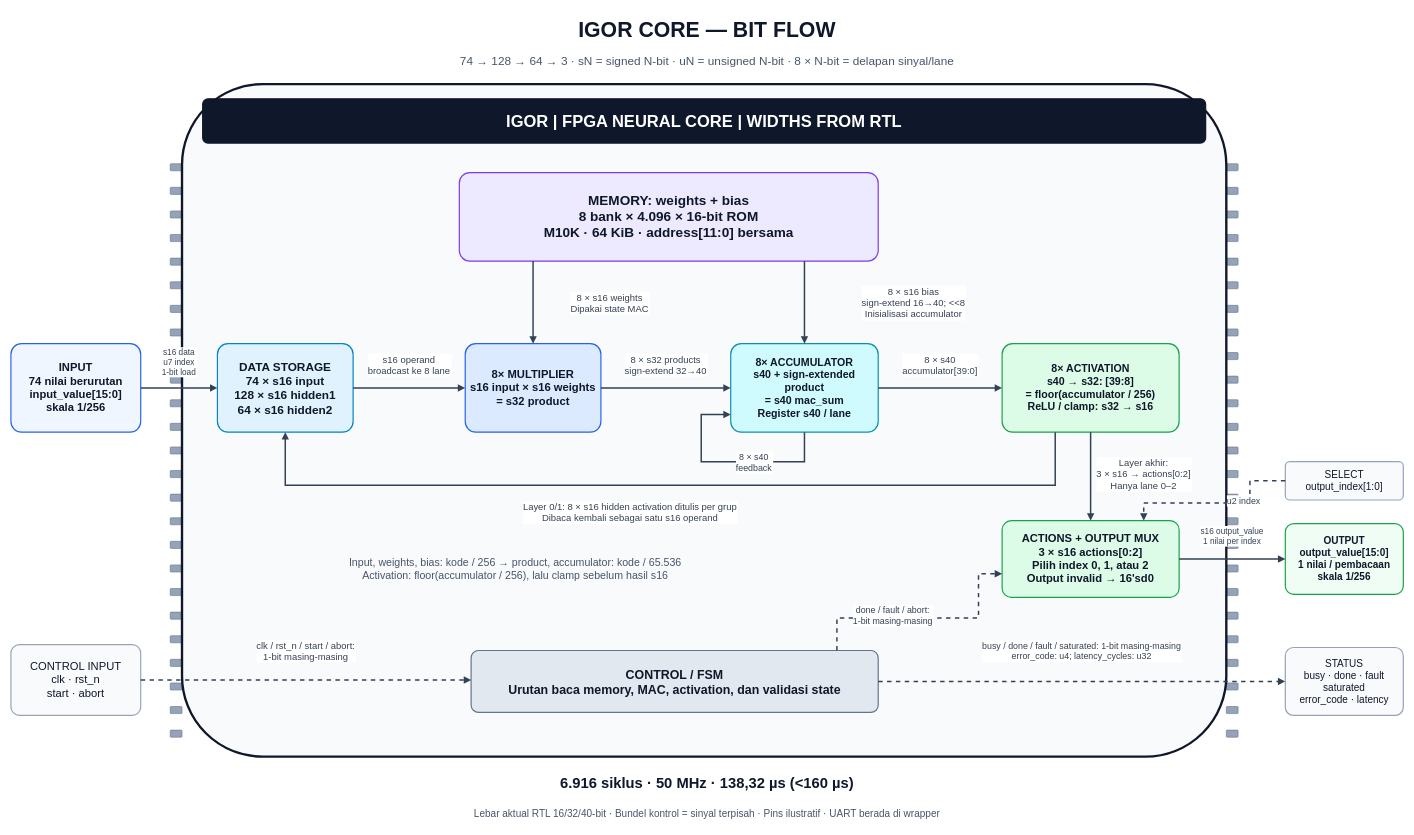
Earlier version of the draw.io diagram fpga/docs/assets/igor_core_simple.drawio (karolyangqian/igor_ws). Source tidied: cells renumbered, new cells numbered last; positions are measured from the earlier drawing's top-left corner, leaving out a move shared by most shapes. Both pictures are drawn from the tidied source at 59%, with x=0, y=0 at pixel (11, 10).
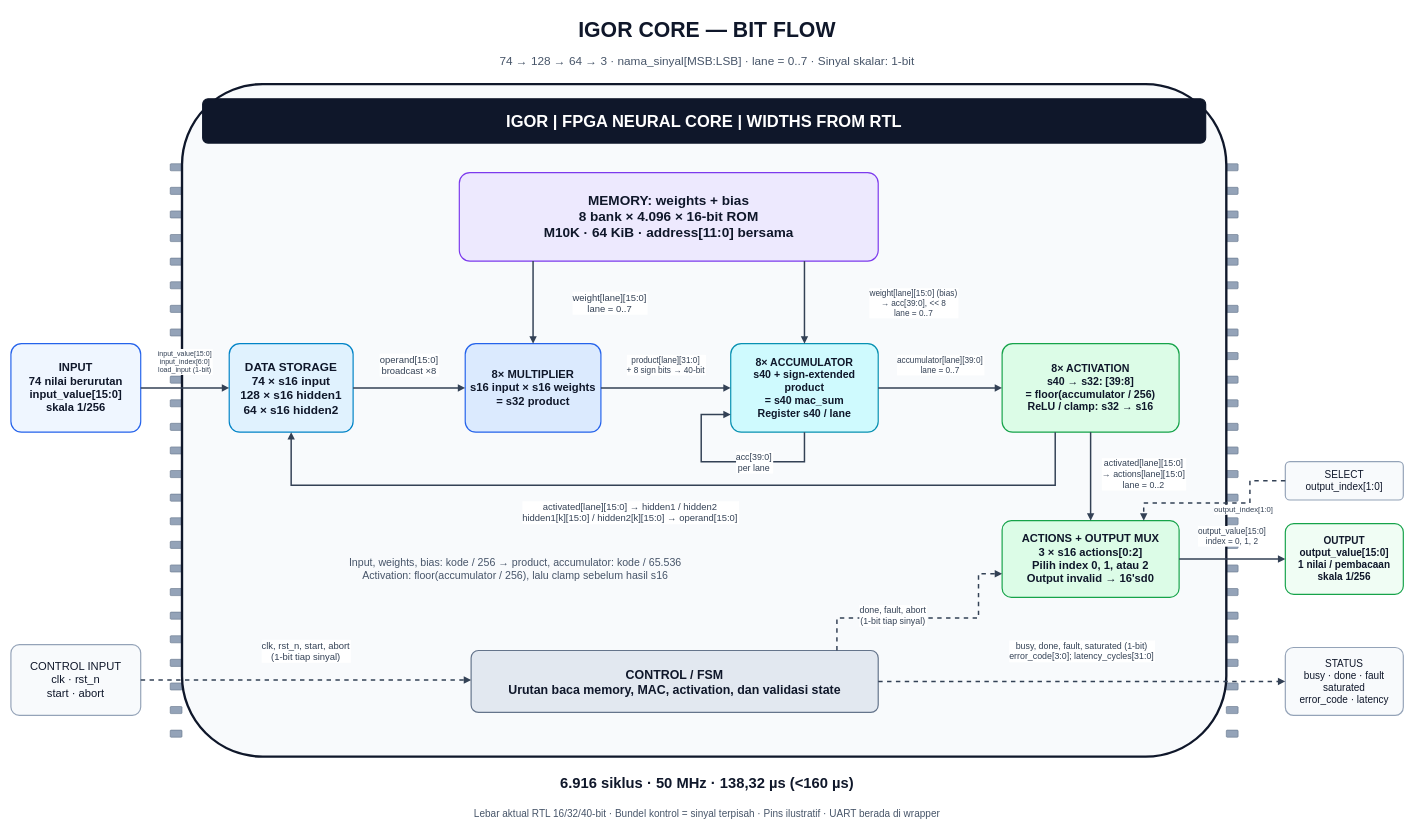
After the change.

Commit message (it also covers changes not shown here):
docs: annotate core arrows with exact RTL signal bit ranges

Unchanged cells that the change refers to:
```xml
<mxCell id="56" value="MEMORY: weights + bias&#10;8 bank × 4.096 × 16-bit ROM&#10;M10K · 64 KiB · address[11:0] bersama" style="rounded=1;whiteSpace=wrap;html=0;arcSize=12;fillColor=#ede9fe;strokeColor=#7c3aed;strokeWidth=2;fontFamily=Arial;fontSize=23;fontColor=#0f172a;fontStyle=1;align=center;verticalAlign=middle;spacing=8;" parent="1" vertex="1">
  <mxGeometry x="760" y="275" width="710" height="150" as="geometry" />
</mxCell>
<mxCell id="57" value="INPUT&#10;74 nilai berurutan&#10;input_value[15:0]&#10;skala 1/256" style="rounded=1;whiteSpace=wrap;html=0;arcSize=12;fillColor=#eff6ff;strokeColor=#2563eb;strokeWidth=2;fontFamily=Arial;fontSize=19;fontColor=#0f172a;fontStyle=1;align=center;verticalAlign=middle;spacing=8;" parent="1" vertex="1">
  <mxGeometry y="565" width="220" height="150" as="geometry" />
</mxCell>
<mxCell id="59" value="8× MULTIPLIER&#10;s16 input × s16 weights&#10;= s32 product" style="rounded=1;whiteSpace=wrap;html=0;arcSize=12;fillColor=#dbeafe;strokeColor=#2563eb;strokeWidth=2;fontFamily=Arial;fontSize=19;fontColor=#0f172a;fontStyle=1;align=center;verticalAlign=middle;spacing=8;" parent="1" vertex="1">
  <mxGeometry x="770" y="565" width="230" height="150" as="geometry" />
</mxCell>
<mxCell id="60" value="8× ACCUMULATOR&#10;s40 + sign-extended product&#10;= s40 mac_sum&#10;Register s40 / lane" style="rounded=1;whiteSpace=wrap;html=0;arcSize=12;fillColor=#cffafe;strokeColor=#0891b2;strokeWidth=2;fontFamily=Arial;fontSize=18;fontColor=#0f172a;fontStyle=1;align=center;verticalAlign=middle;spacing=8;" parent="1" vertex="1">
  <mxGeometry x="1220" y="565" width="250" height="150" as="geometry" />
</mxCell>
<mxCell id="61" value="8× ACTIVATION&#10;s40 → s32: [39:8]&#10;= floor(accumulator / 256)&#10;ReLU / clamp: s32 → s16" style="rounded=1;whiteSpace=wrap;html=0;arcSize=12;fillColor=#dcfce7;strokeColor=#16a34a;strokeWidth=2;fontFamily=Arial;fontSize=18;fontColor=#0f172a;fontStyle=1;align=center;verticalAlign=middle;spacing=8;" parent="1" vertex="1">
  <mxGeometry x="1680" y="565" width="300" height="150" as="geometry" />
</mxCell>
<mxCell id="62" value="ACTIONS + OUTPUT MUX&#10;3 × s16 actions[0:2]&#10;Pilih index 0, 1, atau 2&#10;Output invalid → 16'sd0" style="rounded=1;whiteSpace=wrap;html=0;arcSize=12;fillColor=#dcfce7;strokeColor=#16a34a;strokeWidth=2;fontFamily=Arial;fontSize=19;fontColor=#0f172a;fontStyle=1;align=center;verticalAlign=middle;spacing=8;" parent="1" vertex="1">
  <mxGeometry x="1680" y="865" width="300" height="130" as="geometry" />
</mxCell>
<mxCell id="63" value="OUTPUT&#10;output_value[15:0]&#10;1 nilai / pembacaan&#10;skala 1/256" style="rounded=1;whiteSpace=wrap;html=0;arcSize=12;fillColor=#f0fdf4;strokeColor=#16a34a;strokeWidth=2;fontFamily=Arial;fontSize=17;fontColor=#0f172a;fontStyle=1;align=center;verticalAlign=middle;spacing=8;" parent="1" vertex="1">
  <mxGeometry x="2160" y="870" width="200" height="120" as="geometry" />
</mxCell>
<mxCell id="64" value="SELECT&#10;output_index[1:0]" style="rounded=1;whiteSpace=wrap;html=0;arcSize=12;fillColor=#f8fafc;strokeColor=#94a3b8;strokeWidth=2;fontFamily=Arial;fontSize=17;fontColor=#0f172a;fontStyle=0;align=center;verticalAlign=middle;spacing=8;" parent="1" vertex="1">
  <mxGeometry x="2160" y="765" width="200" height="65" as="geometry" />
</mxCell>
<mxCell id="65" value="CONTROL / FSM&#10;Urutan baca memory, MAC, activation, dan validasi state" style="rounded=1;whiteSpace=wrap;html=0;arcSize=12;fillColor=#e2e8f0;strokeColor=#64748b;strokeWidth=2;fontFamily=Arial;fontSize=21;fontColor=#0f172a;fontStyle=1;align=center;verticalAlign=middle;spacing=8;" parent="1" vertex="1">
  <mxGeometry x="780" y="1085" width="690" height="105" as="geometry" />
</mxCell>
<mxCell id="66" value="CONTROL INPUT&#10;clk · rst_n&#10;start · abort" style="rounded=1;whiteSpace=wrap;html=0;arcSize=12;fillColor=#f8fafc;strokeColor=#94a3b8;strokeWidth=2;fontFamily=Arial;fontSize=19;fontColor=#0f172a;fontStyle=0;align=center;verticalAlign=middle;spacing=8;" parent="1" vertex="1">
  <mxGeometry y="1075" width="220" height="120" as="geometry" />
</mxCell>
<mxCell id="67" value="STATUS&#10;busy · done · fault&#10;saturated&#10;error_code · latency" style="rounded=1;whiteSpace=wrap;html=0;arcSize=12;fillColor=#f8fafc;strokeColor=#94a3b8;strokeWidth=2;fontFamily=Arial;fontSize=17;fontColor=#0f172a;fontStyle=0;align=center;verticalAlign=middle;spacing=8;" parent="1" vertex="1">
  <mxGeometry x="2160" y="1080" width="200" height="115" as="geometry" />
</mxCell>
```

The edit, as a diff of the source:
```diff
@@
-    <mxCell id="3" value="74 → 128 → 64 → 3  ·  sN = signed N-bit  ·  uN = unsigned N-bit  ·  8 × N-bit = delapan sinyal/lane" style="text;html=0;strokeColor=none;fillColor=none;align=center;verticalAlign=middle;fontFamily=Arial;fontSize=20;fontColor=#475569;fontStyle=0;whiteSpace=wrap;" parent="1" vertex="1">
+    <mxCell id="3" value="74 → 128 → 64 → 3  ·  nama_sinyal[MSB:LSB]  ·  lane = 0..7  ·  Sinyal skalar: 1-bit" style="text;html=0;strokeColor=none;fillColor=none;align=center;verticalAlign=middle;fontFamily=Arial;fontSize=20;fontColor=#475569;fontStyle=0;whiteSpace=wrap;" parent="1" vertex="1">
       <mxGeometry x="280" y="67" width="1800" height="35" as="geometry" />
     </mxCell>
@@
     <mxCell id="58" value="DATA STORAGE&#10;74 × s16 input&#10;128 × s16 hidden1&#10;64 × s16 hidden2" style="rounded=1;whiteSpace=wrap;html=0;arcSize=12;fillColor=#e0f2fe;strokeColor=#0284c7;strokeWidth=2;fontFamily=Arial;fontSize=20;fontColor=#0f172a;fontStyle=1;align=center;verticalAlign=middle;spacing=8;" parent="1" vertex="1">
-      <mxGeometry x="350" y="565" width="230" height="150" as="geometry" />
+      <mxGeometry x="370" y="565" width="210" height="150" as="geometry" />
     </mxCell>
@@
-    <mxCell id="68" value="s16 data&#10;u7 index&#10;1-bit load" style="edgeStyle=orthogonalEdgeStyle;rounded=0;html=0;endArrow=block;endFill=1;strokeColor=#334155;strokeWidth=2.5;exitX=1;exitY=0.5;exitDx=0;exitDy=0;entryX=0;entryY=0.5;entryDx=0;entryDy=0;dashed=0;fontFamily=Arial;fontSize=14;fontColor=#334155;labelBackgroundColor=#ffffff;" parent="1" edge="1" source="57" target="58">
+    <mxCell id="68" value="input_value[15:0]&#10;input_index[6:0]&#10;load_input (1-bit)" style="edgeStyle=orthogonalEdgeStyle;rounded=0;html=0;endArrow=block;endFill=1;strokeColor=#334155;strokeWidth=2.5;exitX=1;exitY=0.5;exitDx=0;exitDy=0;entryX=0;entryY=0.5;entryDx=0;entryDy=0;dashed=0;fontFamily=Arial;fontSize=12;fontColor=#334155;labelBackgroundColor=#ffffff;" parent="1" edge="1" source="57" target="58">
       <mxGeometry relative="1" as="geometry">
         <mxPoint y="-45" as="offset" />
       </mxGeometry>
     </mxCell>
-    <mxCell id="69" value="s16 operand&#10;broadcast ke 8 lane" style="edgeStyle=orthogonalEdgeStyle;rounded=0;html=0;endArrow=block;endFill=1;strokeColor=#334155;strokeWidth=2.5;exitX=1;exitY=0.5;exitDx=0;exitDy=0;entryX=0;entryY=0.5;entryDx=0;entryDy=0;dashed=0;fontFamily=Arial;fontSize=16;fontColor=#334155;labelBackgroundColor=#ffffff;" parent="1" edge="1" source="58" target="59">
+    <mxCell id="69" value="operand[15:0]&#10;broadcast ×8" style="edgeStyle=orthogonalEdgeStyle;rounded=0;html=0;endArrow=block;endFill=1;strokeColor=#334155;strokeWidth=2.5;exitX=1;exitY=0.5;exitDx=0;exitDy=0;entryX=0;entryY=0.5;entryDx=0;entryDy=0;dashed=0;fontFamily=Arial;fontSize=16;fontColor=#334155;labelBackgroundColor=#ffffff;" parent="1" edge="1" source="58" target="59">
       <mxGeometry relative="1" as="geometry">
         <mxPoint y="-40" as="offset" />
       </mxGeometry>
     </mxCell>
-    <mxCell id="70" value="8 × s16 weights&#10;Dipakai state MAC" style="edgeStyle=orthogonalEdgeStyle;rounded=0;html=0;endArrow=block;endFill=1;strokeColor=#334155;strokeWidth=2.5;exitX=0.176056338028169;exitY=1;exitDx=0;exitDy=0;entryX=0.5;entryY=0;entryDx=0;entryDy=0;dashed=0;fontFamily=Arial;fontSize=16;fontColor=#334155;labelBackgroundColor=#ffffff;" parent="1" edge="1" source="56" target="59">
+    <mxCell id="70" value="weight[lane][15:0]&#10;lane = 0..7" style="edgeStyle=orthogonalEdgeStyle;rounded=0;html=0;endArrow=block;endFill=1;strokeColor=#334155;strokeWidth=2.5;exitX=0.176056338028169;exitY=1;exitDx=0;exitDy=0;entryX=0.5;entryY=0;entryDx=0;entryDy=0;dashed=0;fontFamily=Arial;fontSize=16;fontColor=#334155;labelBackgroundColor=#ffffff;" parent="1" edge="1" source="56" target="59">
       <mxGeometry relative="1" as="geometry">
         <mxPoint x="130" as="offset" />
       </mxGeometry>
     </mxCell>
-    <mxCell id="71" value="8 × s16 bias&#10;sign-extend 16→40; &lt;&lt;8&#10;Inisialisasi accumulator" style="edgeStyle=orthogonalEdgeStyle;rounded=0;html=0;endArrow=block;endFill=1;strokeColor=#334155;strokeWidth=2.5;exitX=0.823943661971831;exitY=1;exitDx=0;exitDy=0;entryX=0.5;entryY=0;entryDx=0;entryDy=0;dashed=0;fontFamily=Arial;fontSize=16;fontColor=#334155;labelBackgroundColor=#ffffff;" parent="1" edge="1" source="56" target="60">
+    <mxCell id="71" value="weight[lane][15:0] (bias)&#10;→ acc[39:0], &lt;&lt; 8&#10;lane = 0..7" style="edgeStyle=orthogonalEdgeStyle;rounded=0;html=0;endArrow=block;endFill=1;strokeColor=#334155;strokeWidth=2.5;exitX=0.823943661971831;exitY=1;exitDx=0;exitDy=0;entryX=0.5;entryY=0;entryDx=0;entryDy=0;dashed=0;fontFamily=Arial;fontSize=14;fontColor=#334155;labelBackgroundColor=#ffffff;" parent="1" edge="1" source="56" target="60">
       <mxGeometry relative="1" as="geometry">
         <mxPoint x="185" as="offset" />
       </mxGeometry>
     </mxCell>
-    <mxCell id="72" value="8 × s32 products&#10;sign-extend 32→40" style="edgeStyle=orthogonalEdgeStyle;rounded=0;html=0;endArrow=block;endFill=1;strokeColor=#334155;strokeWidth=2.5;exitX=1;exitY=0.5;exitDx=0;exitDy=0;entryX=0;entryY=0.5;entryDx=0;entryDy=0;dashed=0;fontFamily=Arial;fontSize=16;fontColor=#334155;labelBackgroundColor=#ffffff;" parent="1" edge="1" source="59" target="60">
+    <mxCell id="72" value="product[lane][31:0]&#10;+ 8 sign bits → 40-bit" style="edgeStyle=orthogonalEdgeStyle;rounded=0;html=0;endArrow=block;endFill=1;strokeColor=#334155;strokeWidth=2.5;exitX=1;exitY=0.5;exitDx=0;exitDy=0;entryX=0;entryY=0.5;entryDx=0;entryDy=0;dashed=0;fontFamily=Arial;fontSize=14;fontColor=#334155;labelBackgroundColor=#ffffff;" parent="1" edge="1" source="59" target="60">
       <mxGeometry relative="1" as="geometry">
         <mxPoint y="-40" as="offset" />
       </mxGeometry>
     </mxCell>
-    <mxCell id="73" value="8 × s40&#10;accumulator[39:0]" style="edgeStyle=orthogonalEdgeStyle;rounded=0;html=0;endArrow=block;endFill=1;strokeColor=#334155;strokeWidth=2.5;exitX=1;exitY=0.5;exitDx=0;exitDy=0;entryX=0;entryY=0.5;entryDx=0;entryDy=0;dashed=0;fontFamily=Arial;fontSize=16;fontColor=#334155;labelBackgroundColor=#ffffff;" parent="1" edge="1" source="60" target="61">
+    <mxCell id="73" value="accumulator[lane][39:0]&#10;lane = 0..7" style="edgeStyle=orthogonalEdgeStyle;rounded=0;html=0;endArrow=block;endFill=1;strokeColor=#334155;strokeWidth=2.5;exitX=1;exitY=0.5;exitDx=0;exitDy=0;entryX=0;entryY=0.5;entryDx=0;entryDy=0;dashed=0;fontFamily=Arial;fontSize=14;fontColor=#334155;labelBackgroundColor=#ffffff;" parent="1" edge="1" source="60" target="61">
       <mxGeometry relative="1" as="geometry">
         <mxPoint y="-40" as="offset" />
       </mxGeometry>
     </mxCell>
-    <mxCell id="74" value="8 × s40&#10;feedback" style="edgeStyle=orthogonalEdgeStyle;rounded=0;html=0;endArrow=block;endFill=1;strokeColor=#334155;strokeWidth=2.5;exitX=0.5;exitY=1;exitDx=0;exitDy=0;entryX=0;entryY=0.8;entryDx=0;entryDy=0;dashed=0;fontFamily=Arial;fontSize=15;fontColor=#334155;labelBackgroundColor=#ffffff;" parent="1" edge="1" source="60" target="60">
+    <mxCell id="74" value="acc[39:0]&#10;per lane" style="edgeStyle=orthogonalEdgeStyle;rounded=0;html=0;endArrow=block;endFill=1;strokeColor=#334155;strokeWidth=2.5;exitX=0.5;exitY=1;exitDx=0;exitDy=0;entryX=0;entryY=0.8;entryDx=0;entryDy=0;dashed=0;fontFamily=Arial;fontSize=15;fontColor=#334155;labelBackgroundColor=#ffffff;" parent="1" edge="1" source="60" target="60">
       <mxGeometry relative="1" as="geometry">
         <Array as="points">
           <mxPoint x="1345" y="765" />
           <mxPoint x="1170" y="765" />
           <mxPoint x="1170" y="685" />
         </Array>
         <mxPoint x="42.5" as="offset" />
       </mxGeometry>
     </mxCell>
-    <mxCell id="75" value="Layer akhir:&#10;3 × s16 → actions[0:2]&#10;Hanya lane 0–2" style="edgeStyle=orthogonalEdgeStyle;rounded=0;html=0;endArrow=block;endFill=1;strokeColor=#334155;strokeWidth=2.5;exitX=0.5;exitY=1;exitDx=0;exitDy=0;entryX=0.5;entryY=0;entryDx=0;entryDy=0;dashed=0;fontFamily=Arial;fontSize=16;fontColor=#334155;labelBackgroundColor=#ffffff;" parent="1" edge="1" source="61" target="62">
+    <mxCell id="75" value="activated[lane][15:0]&#10;→ actions[lane][15:0]&#10;lane = 0..2" style="edgeStyle=orthogonalEdgeStyle;rounded=0;html=0;endArrow=block;endFill=1;strokeColor=#334155;strokeWidth=2.5;exitX=0.5;exitY=1;exitDx=0;exitDy=0;entryX=0.5;entryY=0;entryDx=0;entryDy=0;dashed=0;fontFamily=Arial;fontSize=15;fontColor=#334155;labelBackgroundColor=#ffffff;" parent="1" edge="1" source="61" target="62">
       <mxGeometry relative="1" as="geometry">
         <mxPoint x="90" y="-5" as="offset" />
       </mxGeometry>
     </mxCell>
-    <mxCell id="76" value="s16 output_value&#10;1 nilai per index" style="edgeStyle=orthogonalEdgeStyle;rounded=0;html=0;endArrow=block;endFill=1;strokeColor=#334155;strokeWidth=2.5;exitX=1;exitY=0.5;exitDx=0;exitDy=0;entryX=0;entryY=0.5;entryDx=0;entryDy=0;dashed=0;fontFamily=Arial;fontSize=14;fontColor=#334155;labelBackgroundColor=#ffffff;" parent="1" edge="1" source="62" target="63">
+    <mxCell id="76" value="output_value[15:0]&#10;index = 0, 1, 2" style="edgeStyle=orthogonalEdgeStyle;rounded=0;html=0;endArrow=block;endFill=1;strokeColor=#334155;strokeWidth=2.5;exitX=1;exitY=0.5;exitDx=0;exitDy=0;entryX=0;entryY=0.5;entryDx=0;entryDy=0;dashed=0;fontFamily=Arial;fontSize=14;fontColor=#334155;labelBackgroundColor=#ffffff;" parent="1" edge="1" source="62" target="63">
       <mxGeometry relative="1" as="geometry">
         <mxPoint y="-40" as="offset" />
       </mxGeometry>
     </mxCell>
-    <mxCell id="77" value="Layer 0/1: 8 × s16 hidden activation ditulis per grup&#10;Dibaca kembali sebagai satu s16 operand" style="edgeStyle=orthogonalEdgeStyle;rounded=0;html=0;endArrow=block;endFill=1;strokeColor=#334155;strokeWidth=2.5;exitX=0.3;exitY=1;exitDx=0;exitDy=0;entryX=0.5;entryY=1;entryDx=0;entryDy=0;dashed=0;fontFamily=Arial;fontSize=16;fontColor=#334155;labelBackgroundColor=#ffffff;" parent="1" edge="1" source="61" target="58">
+    <mxCell id="77" value="activated[lane][15:0] → hidden1 / hidden2&#10;hidden1[k][15:0] / hidden2[k][15:0] → operand[15:0]" style="edgeStyle=orthogonalEdgeStyle;rounded=0;html=0;endArrow=block;endFill=1;strokeColor=#334155;strokeWidth=2.5;exitX=0.3;exitY=1;exitDx=0;exitDy=0;entryX=0.5;entryY=1;entryDx=0;entryDy=0;dashed=0;fontFamily=Arial;fontSize=16;fontColor=#334155;labelBackgroundColor=#ffffff;" parent="1" edge="1" source="61" target="58">
       <mxGeometry relative="1" as="geometry">
         <Array as="points">
           <mxPoint x="1770" y="805" />
-          <mxPoint x="465" y="805" />
+          <mxPoint x="475" y="805" />
         </Array>
-        <mxPoint x="-67.5" y="45" as="offset" />
+        <mxPoint x="-72.5" y="45" as="offset" />
       </mxGeometry>
     </mxCell>
-    <mxCell id="78" value="u2 index" style="edgeStyle=orthogonalEdgeStyle;rounded=0;html=0;endArrow=block;endFill=1;strokeColor=#334155;strokeWidth=2.5;exitX=0;exitY=0.5;exitDx=0;exitDy=0;entryX=0.8;entryY=0;entryDx=0;entryDy=0;dashed=1;fontFamily=Arial;fontSize=15;fontColor=#334155;labelBackgroundColor=#ffffff;" parent="1" edge="1" source="64" target="62">
+    <mxCell id="78" value="output_index[1:0]" style="edgeStyle=orthogonalEdgeStyle;rounded=0;html=0;endArrow=block;endFill=1;strokeColor=#334155;strokeWidth=2.5;exitX=0;exitY=0.5;exitDx=0;exitDy=0;entryX=0.8;entryY=0;entryDx=0;entryDy=0;dashed=1;fontFamily=Arial;fontSize=13;fontColor=#334155;labelBackgroundColor=#ffffff;" parent="1" edge="1" source="64" target="62">
       <mxGeometry relative="1" as="geometry">
         <Array as="points">
           <mxPoint x="2100" y="797.5" />
           <mxPoint x="2100" y="835" />
           <mxPoint x="1920" y="835" />
         </Array>
-        <mxPoint x="46.2" y="-5" as="offset" />
+        <mxPoint x="46.2" y="10" as="offset" />
       </mxGeometry>
     </mxCell>
-    <mxCell id="79" value="clk / rst_n / start / abort:&#10;1-bit masing-masing" style="edgeStyle=orthogonalEdgeStyle;rounded=0;html=0;endArrow=block;endFill=1;strokeColor=#334155;strokeWidth=2.5;exitX=1;exitY=0.5;exitDx=0;exitDy=0;entryX=0;entryY=0.47619047619047616;entryDx=0;entryDy=0;dashed=1;fontFamily=Arial;fontSize=16;fontColor=#334155;labelBackgroundColor=#ffffff;" parent="1" edge="1" source="66" target="65">
+    <mxCell id="79" value="clk, rst_n, start, abort&#10;(1-bit tiap sinyal)" style="edgeStyle=orthogonalEdgeStyle;rounded=0;html=0;endArrow=block;endFill=1;strokeColor=#334155;strokeWidth=2.5;exitX=1;exitY=0.5;exitDx=0;exitDy=0;entryX=0;entryY=0.47619047619047616;entryDx=0;entryDy=0;dashed=1;fontFamily=Arial;fontSize=16;fontColor=#334155;labelBackgroundColor=#ffffff;" parent="1" edge="1" source="66" target="65">
       <mxGeometry relative="1" as="geometry">
         <mxPoint y="-50" as="offset" />
       </mxGeometry>
     </mxCell>
-    <mxCell id="80" value="busy / done / fault / saturated: 1-bit masing-masing&#10;error_code: u4; latency_cycles: u32" style="edgeStyle=orthogonalEdgeStyle;rounded=0;html=0;endArrow=block;endFill=1;strokeColor=#334155;strokeWidth=2.5;exitX=1;exitY=0.5;exitDx=0;exitDy=0;entryX=0;entryY=0.5;entryDx=0;entryDy=0;dashed=1;fontFamily=Arial;fontSize=15;fontColor=#334155;labelBackgroundColor=#ffffff;" parent="1" edge="1" source="65" target="67">
+    <mxCell id="80" value="busy, done, fault, saturated (1-bit)&#10;error_code[3:0]; latency_cycles[31:0]" style="edgeStyle=orthogonalEdgeStyle;rounded=0;html=0;endArrow=block;endFill=1;strokeColor=#334155;strokeWidth=2.5;exitX=1;exitY=0.5;exitDx=0;exitDy=0;entryX=0;entryY=0.5;entryDx=0;entryDy=0;dashed=1;fontFamily=Arial;fontSize=15;fontColor=#334155;labelBackgroundColor=#ffffff;" parent="1" edge="1" source="65" target="67">
       <mxGeometry relative="1" as="geometry">
         <mxPoint y="-52.5" as="offset" />
       </mxGeometry>
     </mxCell>
-    <mxCell id="81" value="done / fault / abort:&#10;1-bit masing-masing" style="edgeStyle=orthogonalEdgeStyle;rounded=0;html=0;endArrow=block;endFill=1;strokeColor=#334155;strokeWidth=2.5;exitX=0.8985507246376812;exitY=0;exitDx=0;exitDy=0;entryX=0;entryY=0.6923076923076923;entryDx=0;entryDy=0;dashed=1;fontFamily=Arial;fontSize=15;fontColor=#334155;labelBackgroundColor=#ffffff;" parent="1" edge="1" source="65" target="62">
+    <mxCell id="81" value="done, fault, abort&#10;(1-bit tiap sinyal)" style="edgeStyle=orthogonalEdgeStyle;rounded=0;html=0;endArrow=block;endFill=1;strokeColor=#334155;strokeWidth=2.5;exitX=0.8985507246376812;exitY=0;exitDx=0;exitDy=0;entryX=0;entryY=0.6923076923076923;entryDx=0;entryDy=0;dashed=1;fontFamily=Arial;fontSize=15;fontColor=#334155;labelBackgroundColor=#ffffff;" parent="1" edge="1" source="65" target="62">
       <mxGeometry relative="1" as="geometry">
         <Array as="points">
           <mxPoint x="1400" y="1030" />
           <mxPoint x="1640" y="1030" />
           <mxPoint x="1640" y="955" />
         </Array>
         <mxPoint x="-55" y="-5" as="offset" />
       </mxGeometry>
     </mxCell>
```
